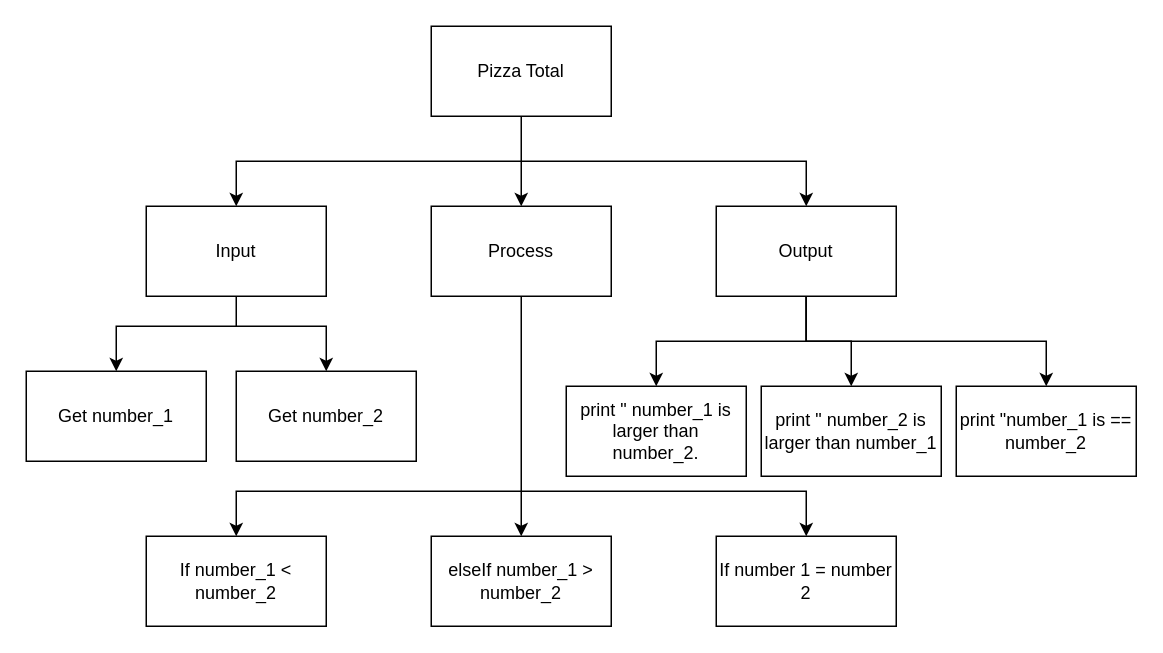
Peter-Gemmell/ICS3U-Assignment-3-Python keeps this draw.io diagram as Draw.io/topdown.drawio. Above is the earlier version. Source tidied: cells renumbered, new cells numbered last; positions are measured from the earlier drawing's top-left corner, leaving out a move shared by most shapes. Both pictures are drawn from the tidied source at 150%, with x=0, y=0 at pixel (26, 26).
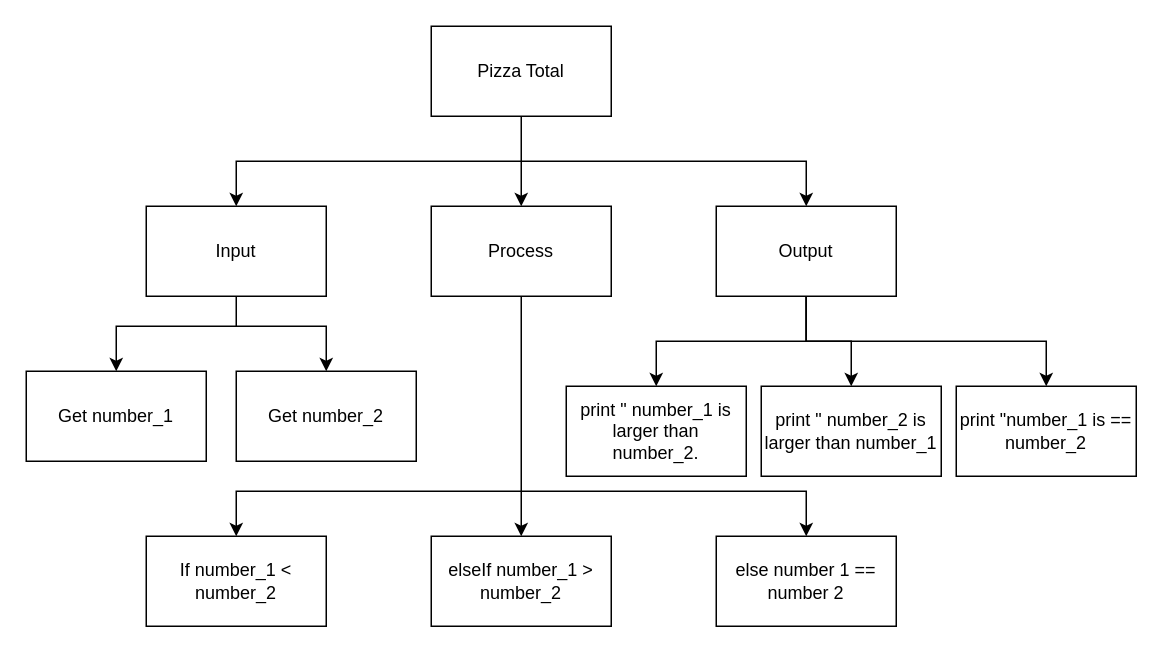
Above is the later version.

The edit, as a diff of the source:
```diff
@@
-    <mxCell id="21" value="If number 1 = number 2" style="rounded=0;whiteSpace=wrap;html=1;" parent="1" vertex="1">
+    <mxCell id="21" value="else number 1 == number 2" style="rounded=0;whiteSpace=wrap;html=1;" parent="1" vertex="1">
       <mxGeometry x="460" y="340" width="120" height="60" as="geometry" />
     </mxCell>
```
